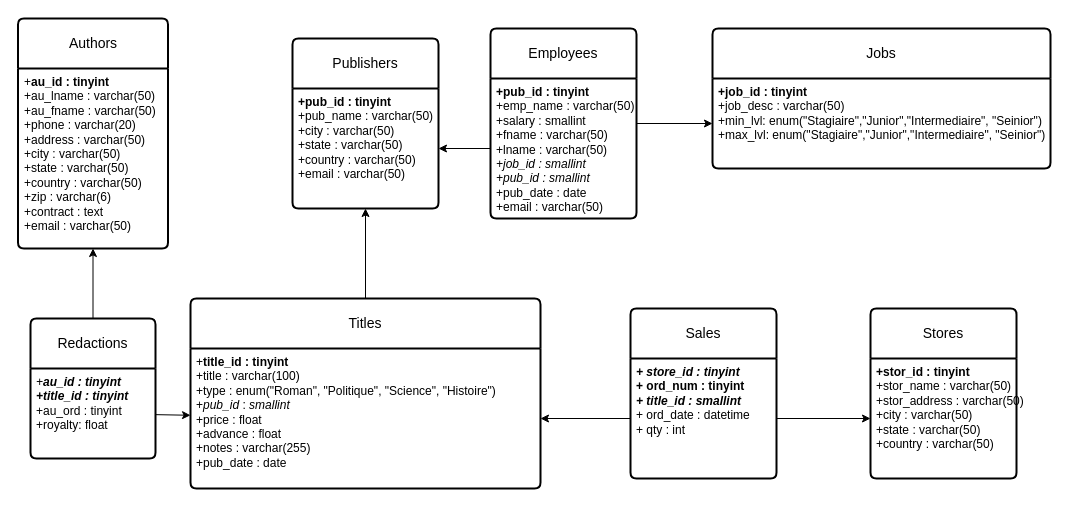
arseneRuben/teacher_data1029_hiv2024 keeps this draw.io diagram as mi_session.drawio. Above is the earlier version. Source tidied: cells renumbered, new cells numbered last; positions are measured from the earlier drawing's top-left corner, leaving out a move shared by most shapes. Both pictures are drawn from the tidied source at 100%, with x=0, y=0 at pixel (18, 18).
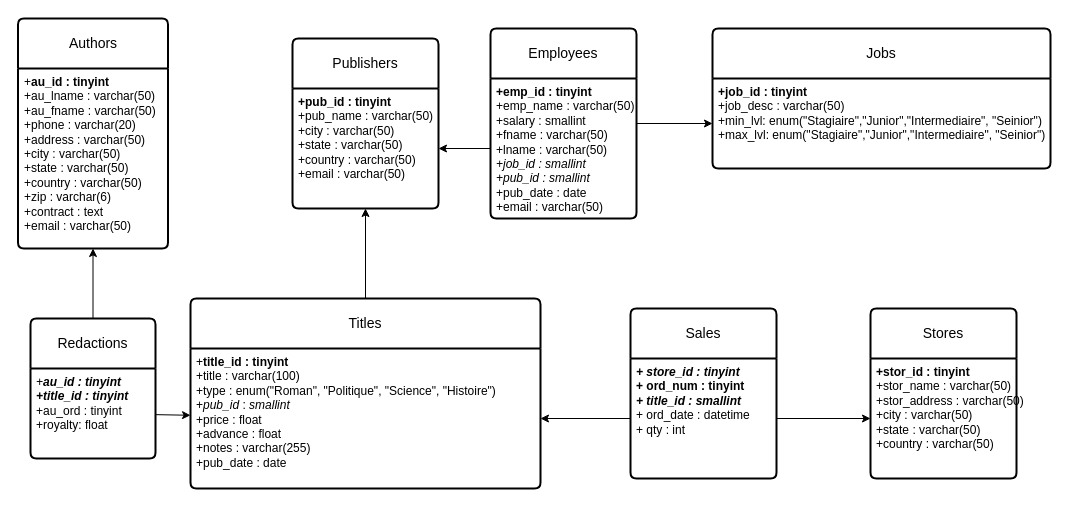
The same diagram, later.

Commit message:
correction de id employee

Unchanged cells that the change refers to:
```xml
<mxCell id="14" value="Employees" style="swimlane;horizontal=1;startSize=50;rounded=1;fontSize=14;fontStyle=0;strokeWidth=2;shadow=0;dashed=0;align=center;arcSize=4;whiteSpace=wrap;html=1;" parent="1" vertex="1">
  <mxGeometry x="472" y="10" width="146" height="190" as="geometry" />
</mxCell>
```

Change to the diagram source:
```diff
@@
-    <mxCell id="15" value="&lt;b&gt;+pub_id : tinyint&lt;br&gt;&lt;/b&gt;+emp_name : varchar(50)&lt;br&gt;+salary : smallint&lt;br&gt;+fname : varchar(50)&lt;br style=&quot;border-color: var(--border-color);&quot;&gt;+lname : varchar(50)&lt;br&gt;&lt;i&gt;+&lt;span style=&quot;border-color: var(--border-color);&quot;&gt;job_id&amp;nbsp;&lt;/span&gt;: smallint&lt;br&gt;+pub_id&amp;nbsp;: smallint&lt;br&gt;&lt;/i&gt;+pub_date : date&lt;br&gt;+email : varchar(50)" style="align=left;strokeColor=none;fillColor=none;spacingLeft=4;fontSize=12;verticalAlign=top;html=1;" parent="14" vertex="1">
+    <mxCell id="15" value="&lt;b&gt;+emp_id : tinyint&lt;br&gt;&lt;/b&gt;+emp_name : varchar(50)&lt;br&gt;+salary : smallint&lt;br&gt;+fname : varchar(50)&lt;br style=&quot;border-color: var(--border-color);&quot;&gt;+lname : varchar(50)&lt;br&gt;&lt;i&gt;+&lt;span style=&quot;border-color: var(--border-color);&quot;&gt;job_id&amp;nbsp;&lt;/span&gt;: smallint&lt;br&gt;+pub_id&amp;nbsp;: smallint&lt;br&gt;&lt;/i&gt;+pub_date : date&lt;br&gt;+email : varchar(50)" style="align=left;strokeColor=none;fillColor=none;spacingLeft=4;fontSize=12;verticalAlign=top;html=1;" parent="14" vertex="1">
       <mxGeometry y="50" width="146" height="140" as="geometry" />
     </mxCell>
```
